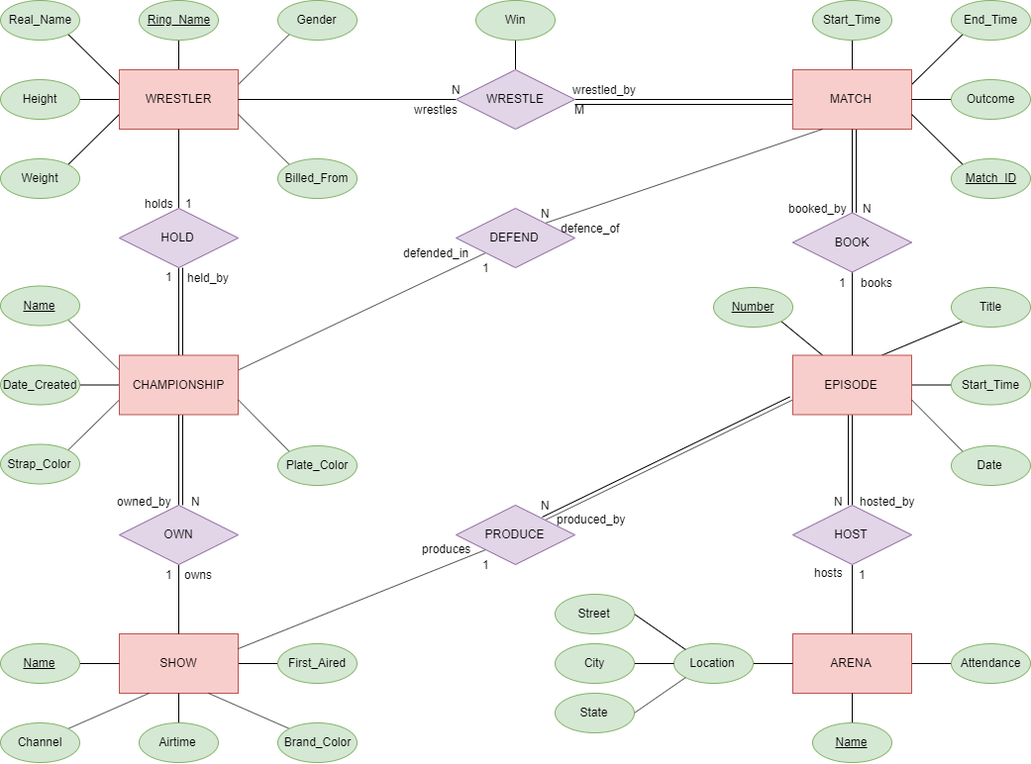
Before: entity-relationship-model.png, a diagram exported from draw.io (jackgilbride999/Database-Design). Source tidied: cells renumbered, new cells last; positions are measured from the earlier drawing's top-left corner, leaving out a move shared by most shapes.
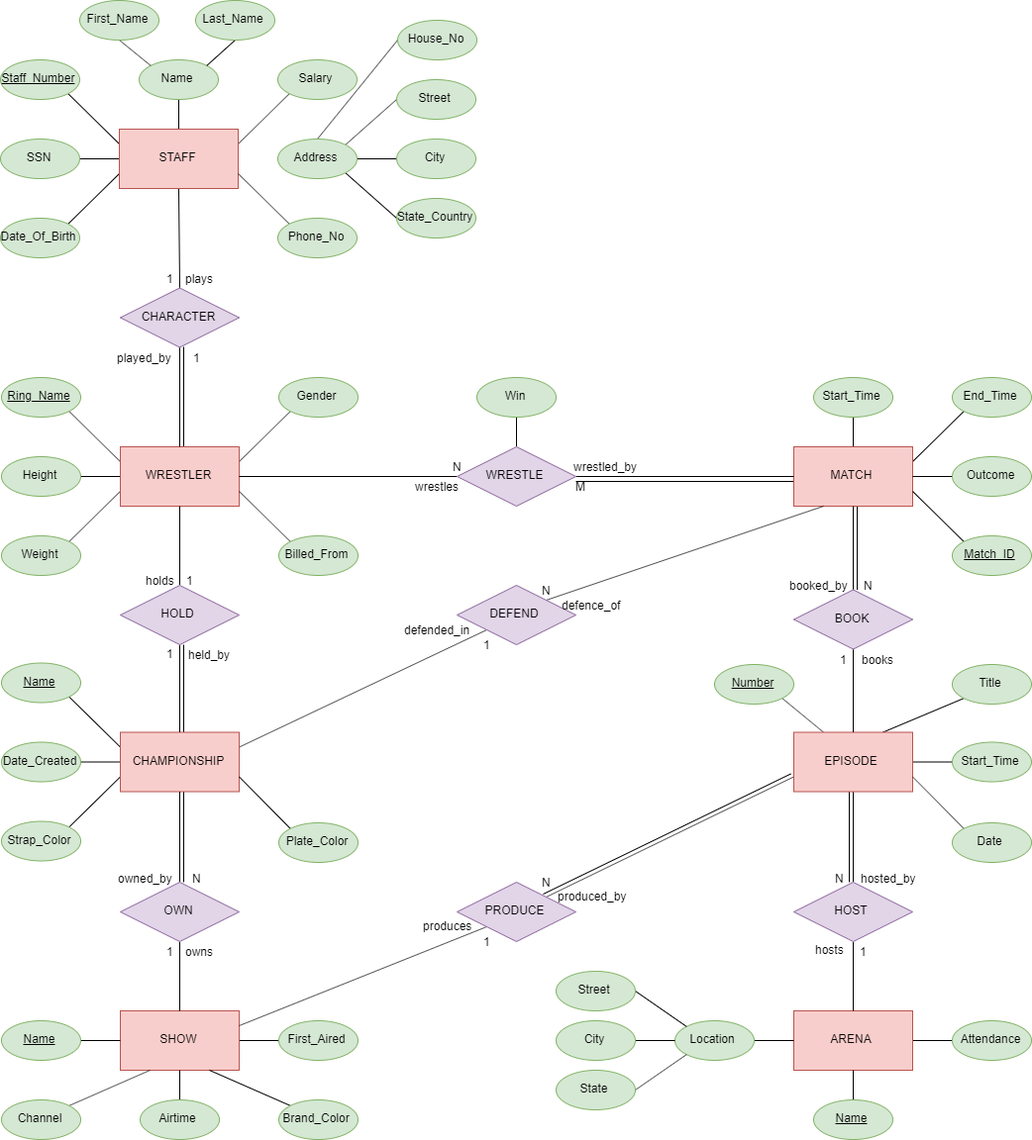
Above is the later version.

Commit message:
Added Staff relation to both diagrams

Change to the diagram source:
```diff
@@ -5,12 +5,9 @@
     <mxCell id="2" style="edgeStyle=none;rounded=0;jettySize=auto;html=1;exitX=1;exitY=0.25;exitDx=0;exitDy=0;entryX=0;entryY=1;entryDx=0;entryDy=0;endArrow=none;endFill=0;" parent="1" edge="1" source="7" target="24">
       <mxGeometry relative="1" as="geometry" />
     </mxCell>
-    <mxCell id="3" style="edgeStyle=none;rounded=0;jettySize=auto;html=1;exitX=0.5;exitY=0;exitDx=0;exitDy=0;entryX=0.5;entryY=1;entryDx=0;entryDy=0;endArrow=none;endFill=0;" parent="1" edge="1" source="7" target="23">
+    <mxCell id="3" style="edgeStyle=none;rounded=0;jettySize=auto;html=1;exitX=0;exitY=0.25;exitDx=0;exitDy=0;entryX=1;entryY=1;entryDx=0;entryDy=0;endArrow=none;endFill=0;" parent="1" edge="1" source="7" target="23">
       <mxGeometry relative="1" as="geometry" />
     </mxCell>
-    <mxCell id="4" style="edgeStyle=none;rounded=0;jettySize=auto;html=1;exitX=0;exitY=0.25;exitDx=0;exitDy=0;entryX=1;entryY=1;entryDx=0;entryDy=0;endArrow=none;endFill=0;" parent="1" edge="1" source="7" target="22">
-      <mxGeometry relative="1" as="geometry" />
-    </mxCell>
     <mxCell id="5" style="edgeStyle=none;rounded=0;jettySize=auto;html=1;exitX=0;exitY=0.5;exitDx=0;exitDy=0;entryX=1;entryY=0.5;entryDx=0;entryDy=0;endArrow=none;endFill=0;" parent="1" edge="1" source="7" target="25">
       <mxGeometry relative="1" as="geometry" />
     </mxCell>
@@ -38,18 +35,18 @@
     <mxCell id="13" style="edgeStyle=none;rounded=0;jettySize=auto;html=1;exitX=1;exitY=0.25;exitDx=0;exitDy=0;entryX=0;entryY=1;entryDx=0;entryDy=0;endArrow=none;endFill=0;" parent="1" edge="1" source="16" target="74">
       <mxGeometry relative="1" as="geometry" />
     </mxCell>
-    <mxCell id="14" style="edgeStyle=none;rounded=0;orthogonalLoop=1;jettySize=auto;html=1;exitX=0.5;exitY=0;exitDx=0;exitDy=0;endArrow=none;endFill=0;" parent="1" edge="1">
-      <mxGeometry relative="1" as="geometry">
-        <mxPoint x="184" y="358.5" as="sourcePoint" />
-        <mxPoint x="184" y="270" as="targetPoint" />
-      </mxGeometry>
-    </mxCell>
-    <mxCell id="15" style="edgeStyle=none;rounded=0;orthogonalLoop=1;jettySize=auto;html=1;exitX=0.5;exitY=1;exitDx=0;exitDy=0;endArrow=none;endFill=0;" parent="1" edge="1">
-      <mxGeometry relative="1" as="geometry">
-        <mxPoint x="184" y="418.5" as="sourcePoint" />
-        <mxPoint x="184" y="510" as="targetPoint" />
-      </mxGeometry>
-    </mxCell>
+    <mxCell id="123" style="edgeStyle=none;rounded=0;orthogonalLoop=1;jettySize=auto;html=1;exitX=0.5;exitY=0;exitDx=0;exitDy=0;endArrow=none;endFill=0;" parent="1" edge="1">
+      <mxGeometry relative="1" as="geometry">
+        <mxPoint x="184" y="358.5" as="sourcePoint" />
+        <mxPoint x="184" y="270" as="targetPoint" />
+      </mxGeometry>
+    </mxCell>
+    <mxCell id="124" style="edgeStyle=none;rounded=0;orthogonalLoop=1;jettySize=auto;html=1;exitX=0.5;exitY=1;exitDx=0;exitDy=0;endArrow=none;endFill=0;" parent="1" edge="1">
+      <mxGeometry relative="1" as="geometry">
+        <mxPoint x="184" y="418.5" as="sourcePoint" />
+        <mxPoint x="184" y="510" as="targetPoint" />
+      </mxGeometry>
+    </mxCell>
     <mxCell id="16" value="CHAMPIONSHIP" style="rounded=0;whiteSpace=wrap;html=1;fillColor=#f8cecc;strokeColor=#b85450;" parent="1" vertex="1">
       <mxGeometry x="120" y="358.5" width="120" height="60" as="geometry" />
     </mxCell>
@@ -59,26 +56,23 @@
     <mxCell id="18" style="edgeStyle=none;rounded=0;jettySize=auto;html=1;exitX=1;exitY=0.25;exitDx=0;exitDy=0;entryX=0;entryY=1;entryDx=0;entryDy=0;endArrow=none;endFill=0;" parent="1" edge="1" source="21" target="42">
       <mxGeometry relative="1" as="geometry" />
     </mxCell>
-    <mxCell id="19" style="edgeStyle=none;rounded=0;orthogonalLoop=1;jettySize=auto;html=1;exitX=0;exitY=0.5;exitDx=0;exitDy=0;endArrow=none;endFill=0;" parent="1" edge="1">
-      <mxGeometry relative="1" as="geometry">
-        <mxPoint x="800" y="105" as="sourcePoint" />
-        <mxPoint x="580" y="105" as="targetPoint" />
-      </mxGeometry>
-    </mxCell>
-    <mxCell id="20" style="edgeStyle=none;rounded=0;orthogonalLoop=1;jettySize=auto;html=1;exitX=0.5;exitY=1;exitDx=0;exitDy=0;endArrow=none;endFill=0;" parent="1" edge="1">
-      <mxGeometry relative="1" as="geometry">
-        <mxPoint x="864" y="130" as="sourcePoint" />
-        <mxPoint x="864" y="214.5" as="targetPoint" />
-      </mxGeometry>
-    </mxCell>
+    <mxCell id="125" style="edgeStyle=none;rounded=0;orthogonalLoop=1;jettySize=auto;html=1;exitX=0;exitY=0.5;exitDx=0;exitDy=0;endArrow=none;endFill=0;" parent="1" edge="1">
+      <mxGeometry relative="1" as="geometry">
+        <mxPoint x="800" y="105" as="sourcePoint" />
+        <mxPoint x="580" y="105" as="targetPoint" />
+      </mxGeometry>
+    </mxCell>
+    <mxCell id="126" style="edgeStyle=none;rounded=0;orthogonalLoop=1;jettySize=auto;html=1;exitX=0.5;exitY=1;exitDx=0;exitDy=0;endArrow=none;endFill=0;" parent="1" edge="1">
+      <mxGeometry relative="1" as="geometry">
+        <mxPoint x="864" y="130" as="sourcePoint" />
+        <mxPoint x="864" y="214.5" as="targetPoint" />
+      </mxGeometry>
+    </mxCell>
     <mxCell id="21" value="MATCH" style="rounded=0;whiteSpace=wrap;html=1;fillColor=#f8cecc;strokeColor=#b85450;" parent="1" vertex="1">
       <mxGeometry x="800" y="70" width="120" height="60" as="geometry" />
     </mxCell>
-    <mxCell id="22" value="Real_Name" style="ellipse;whiteSpace=wrap;html=1;fillColor=#d5e8d4;strokeColor=#82b366;" parent="1" vertex="1">
-      <mxGeometry width="80" height="40" as="geometry" />
-    </mxCell>
-    <mxCell id="23" value="&lt;u&gt;Ring_Name&lt;/u&gt;" style="ellipse;whiteSpace=wrap;html=1;fillColor=#d5e8d4;strokeColor=#82b366;" parent="1" vertex="1">
-      <mxGeometry x="140" width="80" height="40" as="geometry" />
+    <mxCell id="23" value="Ring_Name" style="ellipse;whiteSpace=wrap;html=1;fillColor=#d5e8d4;strokeColor=#82b366;fontStyle=4;" parent="1" vertex="1">
+      <mxGeometry width="80" height="40" as="geometry" />
     </mxCell>
     <mxCell id="24" value="Gender" style="ellipse;whiteSpace=wrap;html=1;fillColor=#d5e8d4;strokeColor=#82b366;" parent="1" vertex="1">
       <mxGeometry x="280" width="80" height="40" as="geometry" />
@@ -167,18 +161,18 @@
     <mxCell id="52" style="edgeStyle=none;rounded=0;jettySize=auto;html=1;exitX=0;exitY=0.75;exitDx=0;exitDy=0;entryX=1;entryY=0;entryDx=0;entryDy=0;endArrow=none;endFill=0;" parent="1" edge="1" source="56" target="62">
       <mxGeometry relative="1" as="geometry" />
     </mxCell>
-    <mxCell id="53" style="edgeStyle=none;rounded=0;orthogonalLoop=1;jettySize=auto;html=1;exitX=0.5;exitY=1;exitDx=0;exitDy=0;endArrow=none;endFill=0;" parent="1" edge="1">
-      <mxGeometry relative="1" as="geometry">
-        <mxPoint x="856" y="418.5" as="sourcePoint" />
-        <mxPoint x="856" y="510" as="targetPoint" />
-      </mxGeometry>
-    </mxCell>
-    <mxCell id="54" style="edgeStyle=none;rounded=0;orthogonalLoop=1;jettySize=auto;html=1;exitX=0;exitY=0.75;exitDx=0;exitDy=0;entryX=1;entryY=0;entryDx=0;entryDy=0;endArrow=none;endFill=0;" parent="1" edge="1">
-      <mxGeometry relative="1" as="geometry">
-        <mxPoint x="797" y="400.5" as="sourcePoint" />
-        <mxPoint x="547" y="522" as="targetPoint" />
-      </mxGeometry>
-    </mxCell>
+    <mxCell id="127" style="edgeStyle=none;rounded=0;orthogonalLoop=1;jettySize=auto;html=1;exitX=0.5;exitY=1;exitDx=0;exitDy=0;endArrow=none;endFill=0;" parent="1" edge="1">
+      <mxGeometry relative="1" as="geometry">
+        <mxPoint x="856" y="418.5" as="sourcePoint" />
+        <mxPoint x="856" y="510" as="targetPoint" />
+      </mxGeometry>
+    </mxCell>
+    <mxCell id="128" style="edgeStyle=none;rounded=0;orthogonalLoop=1;jettySize=auto;html=1;exitX=0;exitY=0.75;exitDx=0;exitDy=0;entryX=1;entryY=0;entryDx=0;entryDy=0;endArrow=none;endFill=0;" parent="1" edge="1">
+      <mxGeometry relative="1" as="geometry">
+        <mxPoint x="797" y="400.5" as="sourcePoint" />
+        <mxPoint x="547" y="522" as="targetPoint" />
+      </mxGeometry>
+    </mxCell>
     <mxCell id="55" style="edgeStyle=none;rounded=0;jettySize=auto;html=1;exitX=0.25;exitY=0;exitDx=0;exitDy=0;entryX=1;entryY=1;entryDx=0;entryDy=0;endArrow=none;endFill=0;" parent="1" edge="1" source="56" target="121">
       <mxGeometry relative="1" as="geometry" />
     </mxCell>
@@ -383,5 +377,110 @@
     <mxCell id="122" value="Win" style="ellipse;whiteSpace=wrap;html=1;fillColor=#d5e8d4;strokeColor=#82b366;" parent="1" vertex="1">
       <mxGeometry x="480" width="80" height="40" as="geometry" />
     </mxCell>
+    <mxCell id="129" style="edgeStyle=none;rounded=0;jettySize=auto;html=1;exitX=1;exitY=0.25;exitDx=0;exitDy=0;entryX=0;entryY=1;entryDx=0;entryDy=0;endArrow=none;endFill=0;" parent="1" edge="1" source="135" target="138">
+      <mxGeometry relative="1" as="geometry" />
+    </mxCell>
+    <mxCell id="130" style="edgeStyle=none;rounded=0;jettySize=auto;html=1;exitX=0.5;exitY=0;exitDx=0;exitDy=0;entryX=0.5;entryY=1;entryDx=0;entryDy=0;endArrow=none;endFill=0;fontStyle=0;" parent="1" edge="1" source="135" target="137">
+      <mxGeometry relative="1" as="geometry" />
+    </mxCell>
+    <mxCell id="131" style="edgeStyle=none;rounded=0;jettySize=auto;html=1;exitX=0;exitY=0.25;exitDx=0;exitDy=0;entryX=1;entryY=1;entryDx=0;entryDy=0;endArrow=none;endFill=0;" parent="1" edge="1" source="135" target="136">
+      <mxGeometry relative="1" as="geometry" />
+    </mxCell>
+    <mxCell id="132" style="edgeStyle=none;rounded=0;jettySize=auto;html=1;exitX=0;exitY=0.5;exitDx=0;exitDy=0;entryX=1;entryY=0.5;entryDx=0;entryDy=0;endArrow=none;endFill=0;" parent="1" edge="1" source="135" target="139">
+      <mxGeometry relative="1" as="geometry" />
+    </mxCell>
+    <mxCell id="133" style="edgeStyle=none;rounded=0;jettySize=auto;html=1;exitX=0;exitY=0.75;exitDx=0;exitDy=0;entryX=1;entryY=0;entryDx=0;entryDy=0;endArrow=none;endFill=0;" parent="1" edge="1" source="135" target="140">
+      <mxGeometry relative="1" as="geometry" />
+    </mxCell>
+    <mxCell id="134" style="edgeStyle=none;rounded=0;jettySize=auto;html=1;exitX=0.5;exitY=1;exitDx=0;exitDy=0;entryX=0.5;entryY=0;entryDx=0;entryDy=0;endArrow=none;endFill=0;" parent="1" edge="1" source="135" target="157">
+      <mxGeometry relative="1" as="geometry" />
+    </mxCell>
+    <mxCell id="135" value="STAFF" style="rounded=0;whiteSpace=wrap;html=1;fillColor=#f8cecc;strokeColor=#b85450;" parent="1" vertex="1">
+      <mxGeometry x="119" y="-251" width="120" height="60" as="geometry" />
+    </mxCell>
+    <mxCell id="136" value="Staff_Number" style="ellipse;whiteSpace=wrap;html=1;fillColor=#d5e8d4;strokeColor=#82b366;fontStyle=4;" parent="1" vertex="1">
+      <mxGeometry x="-1" y="-321" width="80" height="40" as="geometry" />
+    </mxCell>
+    <mxCell id="137" value="&lt;span&gt;Name&lt;/span&gt;" style="ellipse;whiteSpace=wrap;html=1;fillColor=#d5e8d4;strokeColor=#82b366;fontStyle=0;" parent="1" vertex="1">
+      <mxGeometry x="139" y="-321" width="80" height="40" as="geometry" />
+    </mxCell>
+    <mxCell id="138" value="Salary" style="ellipse;whiteSpace=wrap;html=1;fillColor=#d5e8d4;strokeColor=#82b366;" parent="1" vertex="1">
+      <mxGeometry x="279" y="-321" width="80" height="40" as="geometry" />
+    </mxCell>
+    <mxCell id="139" value="SSN" style="ellipse;whiteSpace=wrap;html=1;fillColor=#d5e8d4;strokeColor=#82b366;" parent="1" vertex="1">
+      <mxGeometry x="-1" y="-241" width="80" height="40" as="geometry" />
+    </mxCell>
+    <mxCell id="140" value="Date_Of_Birth" style="ellipse;whiteSpace=wrap;html=1;fillColor=#d5e8d4;strokeColor=#82b366;" parent="1" vertex="1">
+      <mxGeometry x="-1" y="-161" width="80" height="40" as="geometry" />
+    </mxCell>
+    <mxCell id="141" style="edgeStyle=none;rounded=0;jettySize=auto;html=1;exitX=0;exitY=0;exitDx=0;exitDy=0;entryX=1;entryY=0.75;entryDx=0;entryDy=0;endArrow=none;endFill=0;" parent="1" edge="1" source="142" target="135">
+      <mxGeometry relative="1" as="geometry" />
+    </mxCell>
+    <mxCell id="142" value="Phone_No" style="ellipse;whiteSpace=wrap;html=1;fillColor=#d5e8d4;strokeColor=#82b366;" parent="1" vertex="1">
+      <mxGeometry x="279" y="-161" width="80" height="40" as="geometry" />
+    </mxCell>
+    <mxCell id="143" style="edgeStyle=none;rounded=0;jettySize=auto;html=1;exitX=0.5;exitY=1;exitDx=0;exitDy=0;entryX=0;entryY=0;entryDx=0;entryDy=0;endArrow=none;endFill=0;" parent="1" edge="1" source="144" target="137">
+      <mxGeometry relative="1" as="geometry" />
+    </mxCell>
+    <mxCell id="144" value="First_Name" style="ellipse;whiteSpace=wrap;html=1;fillColor=#d5e8d4;strokeColor=#82b366;" parent="1" vertex="1">
+      <mxGeometry x="79" y="-381" width="80" height="40" as="geometry" />
+    </mxCell>
+    <mxCell id="145" style="edgeStyle=none;rounded=0;jettySize=auto;html=1;exitX=0.5;exitY=1;exitDx=0;exitDy=0;entryX=1;entryY=0;entryDx=0;entryDy=0;endArrow=none;endFill=0;" parent="1" edge="1" source="146" target="137">
+      <mxGeometry relative="1" as="geometry" />
+    </mxCell>
+    <mxCell id="146" value="Last_Name" style="ellipse;whiteSpace=wrap;html=1;fillColor=#d5e8d4;strokeColor=#82b366;" parent="1" vertex="1">
+      <mxGeometry x="196" y="-381" width="80" height="40" as="geometry" />
+    </mxCell>
+    <mxCell id="147" style="edgeStyle=none;rounded=0;jettySize=auto;html=1;exitX=1;exitY=0;exitDx=0;exitDy=0;entryX=0;entryY=0.5;entryDx=0;entryDy=0;endArrow=none;endFill=0;" parent="1" edge="1" source="151" target="152">
+      <mxGeometry relative="1" as="geometry" />
+    </mxCell>
+    <mxCell id="148" style="edgeStyle=none;rounded=0;jettySize=auto;html=1;exitX=1;exitY=0.5;exitDx=0;exitDy=0;entryX=0;entryY=0.5;entryDx=0;entryDy=0;endArrow=none;endFill=0;" parent="1" edge="1" source="151" target="153">
+      <mxGeometry relative="1" as="geometry" />
+    </mxCell>
+    <mxCell id="149" style="edgeStyle=none;rounded=0;jettySize=auto;html=1;exitX=1;exitY=1;exitDx=0;exitDy=0;entryX=0;entryY=0.5;entryDx=0;entryDy=0;endArrow=none;endFill=0;" parent="1" edge="1" source="151" target="154">
+      <mxGeometry relative="1" as="geometry" />
+    </mxCell>
+    <mxCell id="150" style="edgeStyle=none;rounded=0;jettySize=auto;html=1;exitX=0.5;exitY=0;exitDx=0;exitDy=0;entryX=0;entryY=0.5;entryDx=0;entryDy=0;endArrow=none;endFill=0;" parent="1" edge="1" source="151" target="155">
+      <mxGeometry relative="1" as="geometry" />
+    </mxCell>
+    <mxCell id="151" value="Address" style="ellipse;whiteSpace=wrap;html=1;fillColor=#d5e8d4;strokeColor=#82b366;" parent="1" vertex="1">
+      <mxGeometry x="279" y="-241" width="80" height="40" as="geometry" />
+    </mxCell>
+    <mxCell id="152" value="Street" style="ellipse;whiteSpace=wrap;html=1;fillColor=#d5e8d4;strokeColor=#82b366;" parent="1" vertex="1">
+      <mxGeometry x="399" y="-301" width="80" height="40" as="geometry" />
+    </mxCell>
+    <mxCell id="153" value="City" style="ellipse;whiteSpace=wrap;html=1;fillColor=#d5e8d4;strokeColor=#82b366;" parent="1" vertex="1">
+      <mxGeometry x="399" y="-241" width="80" height="40" as="geometry" />
+    </mxCell>
+    <mxCell id="154" value="State_Country" style="ellipse;whiteSpace=wrap;html=1;fillColor=#d5e8d4;strokeColor=#82b366;" parent="1" vertex="1">
+      <mxGeometry x="399" y="-181" width="80" height="40" as="geometry" />
+    </mxCell>
+    <mxCell id="155" value="House_No" style="ellipse;whiteSpace=wrap;html=1;fillColor=#d5e8d4;strokeColor=#82b366;" parent="1" vertex="1">
+      <mxGeometry x="400" y="-361" width="80" height="40" as="geometry" />
+    </mxCell>
+    <mxCell id="156" style="edgeStyle=none;rounded=0;jettySize=auto;html=1;exitX=0.5;exitY=1;exitDx=0;exitDy=0;entryX=0.5;entryY=0;entryDx=0;entryDy=0;endArrow=none;endFill=0;" parent="1" edge="1" source="157" target="7">
+      <mxGeometry relative="1" as="geometry" />
+    </mxCell>
+    <mxCell id="157" value="CHARACTER" style="rhombus;whiteSpace=wrap;html=1;fillColor=#e1d5e7;strokeColor=#9673a6;" parent="1" vertex="1">
+      <mxGeometry x="120" y="-90.5" width="120" height="60" as="geometry" />
+    </mxCell>
+    <mxCell id="158" value="1" style="text;html=1;align=center;verticalAlign=middle;" parent="1" vertex="1">
+      <mxGeometry x="160" y="-110.5" width="20" height="20" as="geometry" />
+    </mxCell>
+    <mxCell id="159" value="1" style="text;html=1;align=center;verticalAlign=middle;" parent="1" vertex="1">
+      <mxGeometry x="187" y="-30.5" width="20" height="20" as="geometry" />
+    </mxCell>
+    <mxCell id="160" value="plays" style="text;html=1;align=center;verticalAlign=middle;" parent="1" vertex="1">
+      <mxGeometry x="180" y="-110.5" width="40" height="20" as="geometry" />
+    </mxCell>
+    <mxCell id="161" value="played_by" style="text;html=1;align=center;verticalAlign=middle;" parent="1" vertex="1">
+      <mxGeometry x="109" y="-30.5" width="70" height="20" as="geometry" />
+    </mxCell>
+    <mxCell id="162" style="edgeStyle=none;rounded=0;orthogonalLoop=1;jettySize=auto;html=1;exitX=0.5;exitY=1;exitDx=0;exitDy=0;entryX=0.5;entryY=0;entryDx=0;entryDy=0;endArrow=none;endFill=0;" parent="1" edge="1">
+      <mxGeometry relative="1" as="geometry">
+        <mxPoint x="184" y="-31" as="sourcePoint" />
+        <mxPoint x="184" y="69.5" as="targetPoint" />
+      </mxGeometry>
+    </mxCell>
   </root>
 </mxGraphModel>
```
